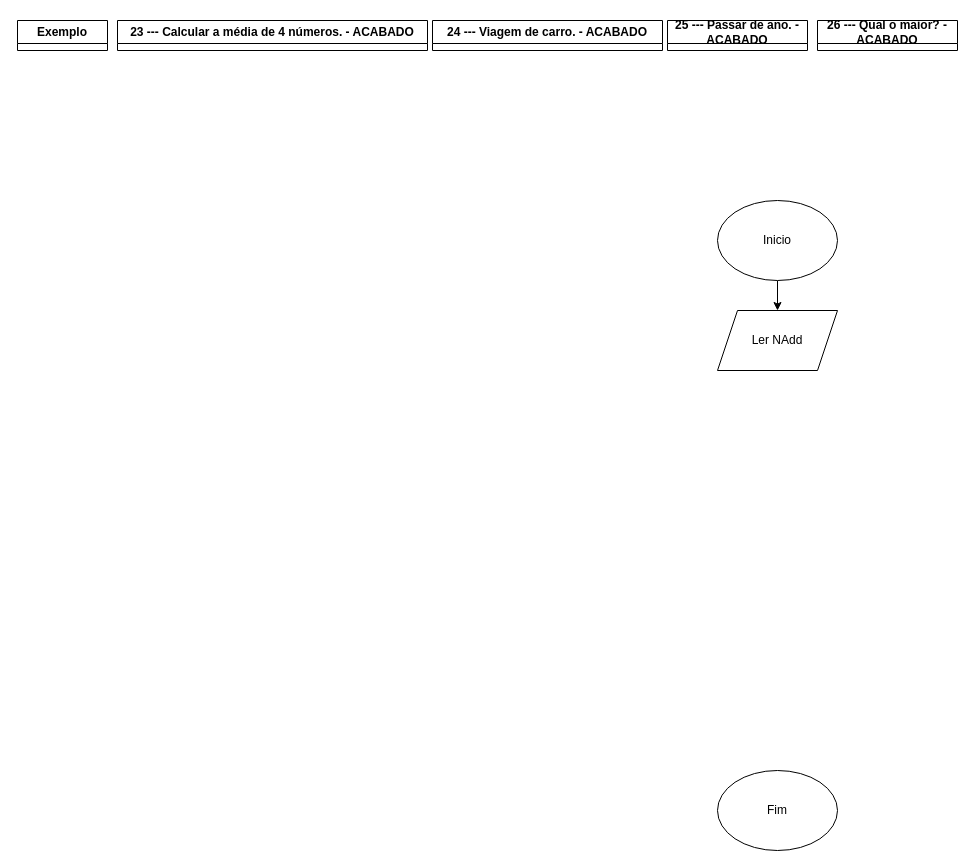
This is fluxograms.drawio from pedrooomrqs/fluxograms, a draw.io file, before an edit. Source tidied: cells renumbered, new cells numbered last; positions are measured from the earlier drawing's top-left corner, leaving out a move shared by most shapes. Both pictures are drawn from the tidied source at 100%, with x=0, y=0 at pixel (17, 20).
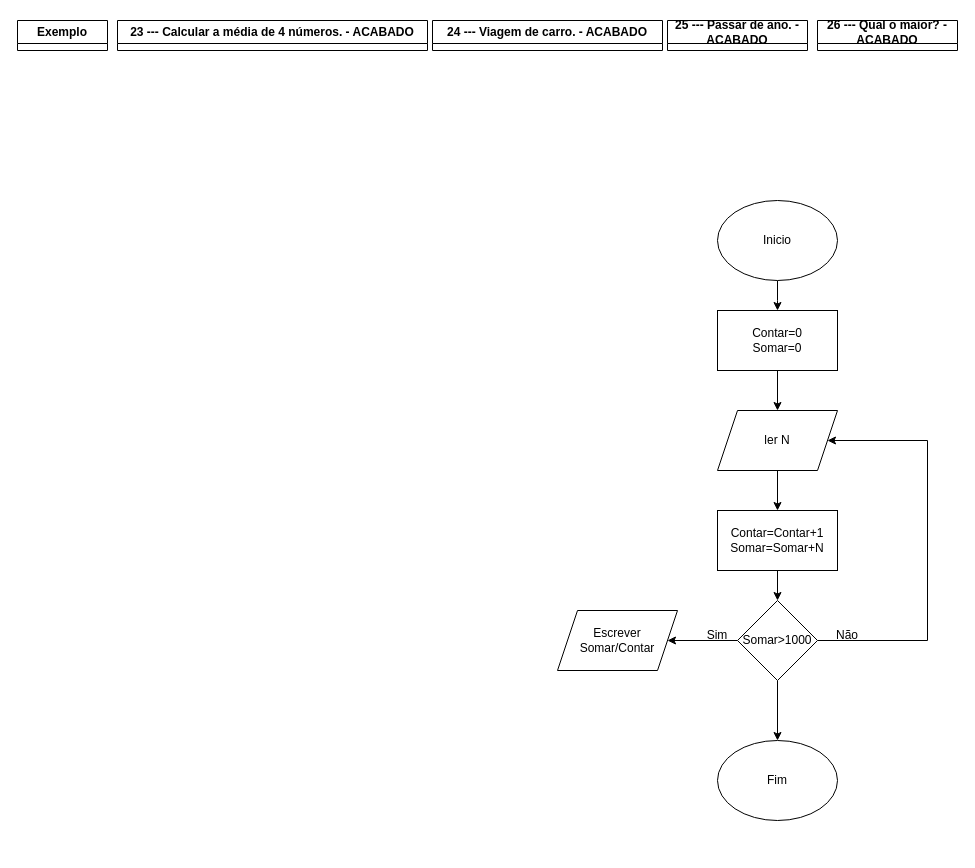
Above is the later version.

The change refers to these unchanged cells:
```xml
<mxCell id="8" value="Inicio" style="ellipse;whiteSpace=wrap;html=1;" parent="1" vertex="1">
  <mxGeometry x="700" y="180" width="120" height="80" as="geometry" />
</mxCell>
```

Change to the diagram source:
```diff
@@
-    <mxCell id="7" style="edgeStyle=orthogonalEdgeStyle;rounded=0;jettySize=auto;html=1;" parent="1" edge="1" source="8" target="10">
-      <mxGeometry relative="1" as="geometry" />
+    <mxCell id="7" style="edgeStyle=orthogonalEdgeStyle;rounded=0;jettySize=auto;html=1;" parent="1" edge="1" source="8">
+      <mxGeometry relative="1" as="geometry">
+        <mxPoint x="760" y="290" as="targetPoint" />
+      </mxGeometry>
     </mxCell>
@@
     <mxCell id="9" value="Fim" style="ellipse;whiteSpace=wrap;html=1;" parent="1" vertex="1">
-      <mxGeometry x="700" y="750" width="120" height="80" as="geometry" />
+      <mxGeometry x="700" y="720" width="120" height="80" as="geometry" />
     </mxCell>
-    <mxCell id="10" value="Ler NAdd" style="shape=parallelogram;perimeter=parallelogramPerimeter;whiteSpace=wrap;html=1;fixedSize=1;" parent="1" vertex="1">
-      <mxGeometry x="700" y="290" width="120" height="60" as="geometry" />
-    </mxCell>
+    <mxCell id="11" style="edgeStyle=orthogonalEdgeStyle;rounded=0;jettySize=auto;html=1;" parent="1" edge="1" source="12" target="14">
+      <mxGeometry relative="1" as="geometry" />
+    </mxCell>
+    <mxCell id="12" value="Contar=0&lt;div&gt;Somar=0&lt;/div&gt;" style="rounded=0;whiteSpace=wrap;html=1;" parent="1" vertex="1">
+      <mxGeometry x="700" y="290" width="120" height="60" as="geometry" />
+    </mxCell>
+    <mxCell id="13" style="edgeStyle=orthogonalEdgeStyle;rounded=0;jettySize=auto;html=1;" parent="1" edge="1" source="14" target="16">
+      <mxGeometry relative="1" as="geometry" />
+    </mxCell>
+    <mxCell id="14" value="ler N" style="shape=parallelogram;perimeter=parallelogramPerimeter;whiteSpace=wrap;html=1;fixedSize=1;" parent="1" vertex="1">
+      <mxGeometry x="700" y="390" width="120" height="60" as="geometry" />
+    </mxCell>
+    <mxCell id="15" style="edgeStyle=orthogonalEdgeStyle;rounded=0;jettySize=auto;html=1;" parent="1" edge="1" source="16" target="20">
+      <mxGeometry relative="1" as="geometry" />
+    </mxCell>
+    <mxCell id="16" value="Contar=Contar+1&lt;div&gt;Somar=Somar+N&lt;/div&gt;" style="rounded=0;whiteSpace=wrap;html=1;" parent="1" vertex="1">
+      <mxGeometry x="700" y="490" width="120" height="60" as="geometry" />
+    </mxCell>
+    <mxCell id="17" style="edgeStyle=orthogonalEdgeStyle;rounded=0;jettySize=auto;html=1;" parent="1" edge="1" source="20" target="9">
+      <mxGeometry relative="1" as="geometry" />
+    </mxCell>
+    <mxCell id="18" style="edgeStyle=orthogonalEdgeStyle;rounded=0;jettySize=auto;html=1;" parent="1" edge="1" source="20" target="21">
+      <mxGeometry relative="1" as="geometry" />
+    </mxCell>
+    <mxCell id="19" style="edgeStyle=orthogonalEdgeStyle;rounded=0;jettySize=auto;html=1;entryX=1;entryY=0.5;entryDx=0;entryDy=0;" parent="1" edge="1" source="20" target="14">
+      <mxGeometry relative="1" as="geometry">
+        <Array as="points">
+          <mxPoint x="910" y="620" />
+          <mxPoint x="910" y="420" />
+        </Array>
+      </mxGeometry>
+    </mxCell>
+    <mxCell id="20" value="Somar&amp;gt;1000" style="rhombus;whiteSpace=wrap;html=1;" parent="1" vertex="1">
+      <mxGeometry x="720" y="580" width="80" height="80" as="geometry" />
+    </mxCell>
+    <mxCell id="21" value="Escrever Somar/Contar" style="shape=parallelogram;perimeter=parallelogramPerimeter;whiteSpace=wrap;html=1;fixedSize=1;" parent="1" vertex="1">
+      <mxGeometry x="540" y="590" width="120" height="60" as="geometry" />
+    </mxCell>
+    <mxCell id="22" value="Sim" style="text;html=1;align=center;verticalAlign=middle;whiteSpace=wrap;rounded=0;" parent="1" vertex="1">
+      <mxGeometry x="670" y="600" width="60" height="30" as="geometry" />
+    </mxCell>
+    <mxCell id="23" value="Não" style="text;html=1;align=center;verticalAlign=middle;whiteSpace=wrap;rounded=0;" parent="1" vertex="1">
+      <mxGeometry x="800" y="600" width="60" height="30" as="geometry" />
+    </mxCell>
```
